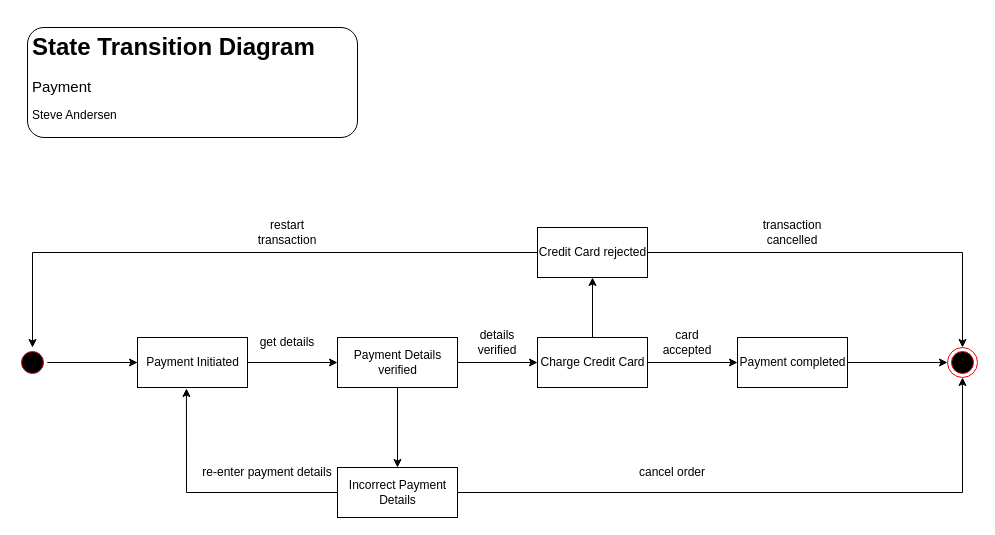
Before: page "StateTransition_Payment" (2 of 17) of DesignPhase/614_Project_Diagrams.drawio in mjspk/ticketr, a draw.io diagram. Source tidied: cells renumbered, new cells numbered last; positions are measured from the earlier drawing's top-left corner, leaving out a move shared by most shapes. Both pictures are drawn from the tidied source at 100%, with x=0, y=0 at pixel (17, 27).
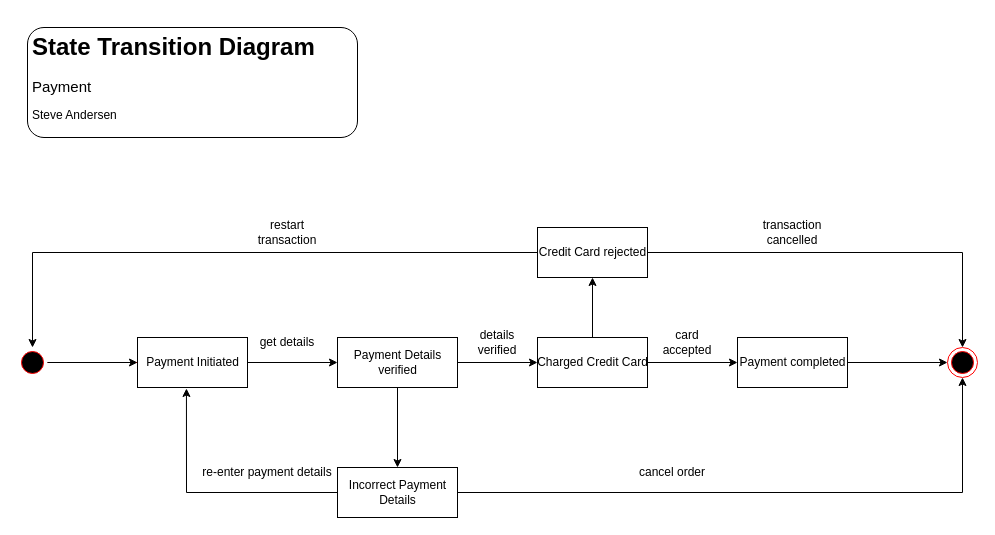
The same diagram, later.

The edit, as a diff of the source:
```diff
@@
-    <mxCell id="7" value="Charge Credit Card" style="html=1;" parent="1" vertex="1">
+    <mxCell id="7" value="Charged Credit Card" style="html=1;" parent="1" vertex="1">
       <mxGeometry x="520" y="310" width="110" height="50" as="geometry" />
     </mxCell>
```
